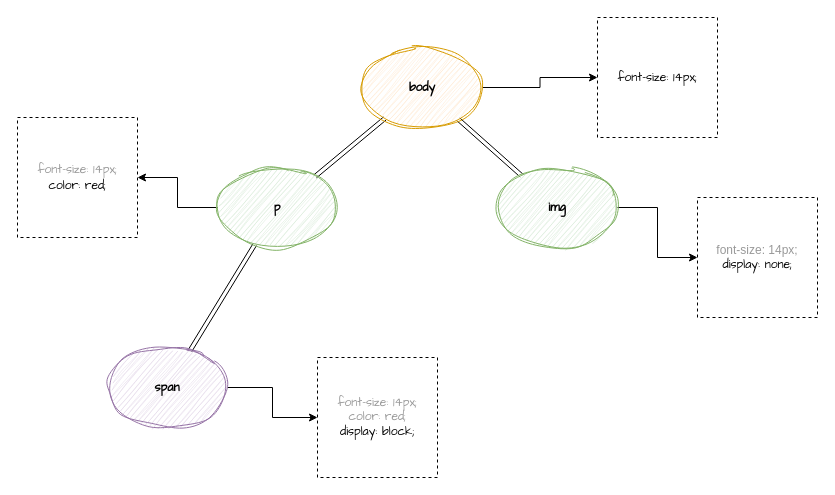
This is CSSOM Structure.drawio from Sayantan-s/Fb-ui, a draw.io file, before an edit. Source tidied: cells renumbered, new cells numbered last; positions are measured from the earlier drawing's top-left corner, leaving out a move shared by most shapes. Both pictures are drawn from the tidied source at 100%, with x=0, y=0 at pixel (17, 17).
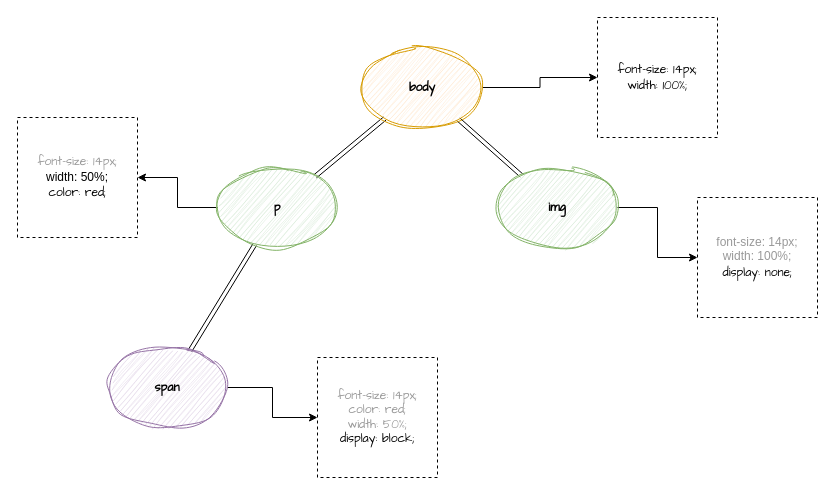
The same page after the edit.

Diff of the diagram source:
```diff
@@
 <mxGraphModel>
   <root>
     <mxCell id="0" />
     <mxCell id="1" parent="0" />
     <mxCell id="2" style="edgeStyle=none;rounded=0;jettySize=auto;html=1;shape=link;" parent="1" edge="1" source="5" target="7">
       <mxGeometry relative="1" as="geometry" />
     </mxCell>
     <mxCell id="3" style="edgeStyle=none;rounded=0;jettySize=auto;html=1;shape=link;" parent="1" edge="1" source="5" target="10">
       <mxGeometry relative="1" as="geometry" />
     </mxCell>
     <mxCell id="4" style="edgeStyle=orthogonalEdgeStyle;rounded=0;jettySize=auto;html=1;" parent="1" edge="1" source="5" target="13">
       <mxGeometry relative="1" as="geometry" />
     </mxCell>
     <mxCell id="5" value="&lt;font face=&quot;Comic Sans MS&quot;&gt;&lt;b&gt;body&lt;/b&gt;&lt;/font&gt;" style="ellipse;whiteSpace=wrap;html=1;fillColor=#ffe6cc;fillStyle=auto;strokeColor=#d79b00;sketch=1;curveFitting=1;jiggle=2;" parent="1" vertex="1">
       <mxGeometry x="345" y="30" width="120" height="80" as="geometry" />
     </mxCell>
     <mxCell id="6" style="edgeStyle=orthogonalEdgeStyle;rounded=0;jettySize=auto;html=1;fontFamily=Comic Sans MS;" parent="1" edge="1" source="7" target="15">
       <mxGeometry relative="1" as="geometry" />
     </mxCell>
     <mxCell id="7" value="&lt;b&gt;&lt;font face=&quot;Comic Sans MS&quot;&gt;img&lt;/font&gt;&lt;/b&gt;" style="ellipse;whiteSpace=wrap;html=1;fillColor=#d5e8d4;fillStyle=auto;strokeColor=#82b366;shadow=0;sketch=1;curveFitting=1;jiggle=2;" parent="1" vertex="1">
       <mxGeometry x="480" y="150" width="120" height="80" as="geometry" />
     </mxCell>
     <mxCell id="8" style="edgeStyle=none;shape=link;rounded=0;jettySize=auto;html=1;" parent="1" edge="1" source="10" target="12">
       <mxGeometry relative="1" as="geometry" />
     </mxCell>
     <mxCell id="9" style="edgeStyle=orthogonalEdgeStyle;rounded=0;jettySize=auto;html=1;" parent="1" edge="1" source="10" target="14">
       <mxGeometry relative="1" as="geometry" />
     </mxCell>
     <mxCell id="10" value="&lt;b&gt;&lt;font face=&quot;Comic Sans MS&quot;&gt;p&lt;/font&gt;&lt;/b&gt;" style="ellipse;whiteSpace=wrap;html=1;fillColor=#d5e8d4;fillStyle=auto;strokeColor=#82b366;sketch=1;curveFitting=1;jiggle=2;" parent="1" vertex="1">
       <mxGeometry x="200" y="150" width="120" height="80" as="geometry" />
     </mxCell>
     <mxCell id="11" style="edgeStyle=orthogonalEdgeStyle;rounded=0;jettySize=auto;html=1;fontFamily=Comic Sans MS;" parent="1" edge="1" source="12" target="16">
       <mxGeometry relative="1" as="geometry" />
     </mxCell>
     <mxCell id="12" value="&lt;b&gt;&lt;font face=&quot;Comic Sans MS&quot;&gt;span&lt;/font&gt;&lt;/b&gt;" style="ellipse;whiteSpace=wrap;html=1;fillColor=#e1d5e7;fillStyle=auto;strokeColor=#9673a6;sketch=1;curveFitting=1;jiggle=2;" parent="1" vertex="1">
       <mxGeometry x="90" y="330" width="120" height="80" as="geometry" />
     </mxCell>
-    <mxCell id="13" value="&lt;font face=&quot;Comic Sans MS&quot;&gt;font-size: 14px;&lt;/font&gt;" style="whiteSpace=wrap;html=1;fillStyle=auto;dashed=1;" parent="1" vertex="1">
+    <mxCell id="13" value="&lt;font face=&quot;Comic Sans MS&quot;&gt;font-size: 14px;&lt;br&gt;width: 100%;&lt;br&gt;&lt;/font&gt;" style="whiteSpace=wrap;html=1;fillStyle=auto;dashed=1;" parent="1" vertex="1">
       <mxGeometry x="580" width="120" height="120" as="geometry" />
     </mxCell>
-    <mxCell id="14" value="&lt;font face=&quot;Comic Sans MS&quot;&gt;&lt;font color=&quot;#999999&quot;&gt;font-size: 14px;&lt;br&gt;&lt;/font&gt;color: red;&lt;/font&gt;" style="whiteSpace=wrap;html=1;fillStyle=auto;dashed=1;" parent="1" vertex="1">
+    <mxCell id="14" value="&lt;font face=&quot;Comic Sans MS&quot;&gt;&lt;font color=&quot;#999999&quot;&gt;font-size: 14px;&lt;br&gt;&lt;/font&gt;&lt;/font&gt;width: 50%;&lt;font face=&quot;Comic Sans MS&quot;&gt;&lt;font color=&quot;#999999&quot;&gt;&lt;br&gt;&lt;/font&gt;color: red;&lt;/font&gt;" style="whiteSpace=wrap;html=1;fillStyle=auto;dashed=1;" parent="1" vertex="1">
       <mxGeometry y="100" width="120" height="120" as="geometry" />
     </mxCell>
-    <mxCell id="15" value="&lt;font color=&quot;#999999&quot;&gt;font-size: 14px;&lt;br style=&quot;border-color: var(--border-color); font-family: &amp;quot;Comic Sans MS&amp;quot;;&quot;&gt;&lt;/font&gt;&lt;span style=&quot;font-family: &amp;quot;Comic Sans MS&amp;quot;;&quot;&gt;display: none;&lt;/span&gt;" style="whiteSpace=wrap;html=1;fillStyle=auto;shadow=0;dashed=1;" parent="1" vertex="1">
+    <mxCell id="15" value="&lt;font color=&quot;#999999&quot;&gt;font-size: 14px;&lt;br style=&quot;border-color: var(--border-color); font-family: &amp;quot;Comic Sans MS&amp;quot;;&quot;&gt;width: 100%;&lt;/font&gt;&lt;span style=&quot;font-family: &amp;quot;Comic Sans MS&amp;quot;;&quot;&gt;&lt;font color=&quot;#999999&quot;&gt;&lt;br&gt;&lt;/font&gt;display: none;&lt;/span&gt;" style="whiteSpace=wrap;html=1;fillStyle=auto;shadow=0;dashed=1;" parent="1" vertex="1">
       <mxGeometry x="680" y="180" width="120" height="120" as="geometry" />
     </mxCell>
-    <mxCell id="16" value="&lt;font color=&quot;#999999&quot;&gt;font-size: 14px;&lt;br style=&quot;border-color: var(--border-color);&quot;&gt;color: red;&lt;/font&gt;&lt;br&gt;display: block;" style="whiteSpace=wrap;html=1;fillStyle=auto;dashed=1;fontFamily=Comic Sans MS;" parent="1" vertex="1">
+    <mxCell id="16" value="&lt;font color=&quot;#999999&quot;&gt;font-size: 14px;&lt;br style=&quot;border-color: var(--border-color);&quot;&gt;color: red;&lt;br&gt;width: 50%;&lt;br&gt;&lt;/font&gt;display: block;" style="whiteSpace=wrap;html=1;fillStyle=auto;dashed=1;fontFamily=Comic Sans MS;" parent="1" vertex="1">
       <mxGeometry x="300" y="340" width="120" height="120" as="geometry" />
     </mxCell>
   </root>
 </mxGraphModel>
```
